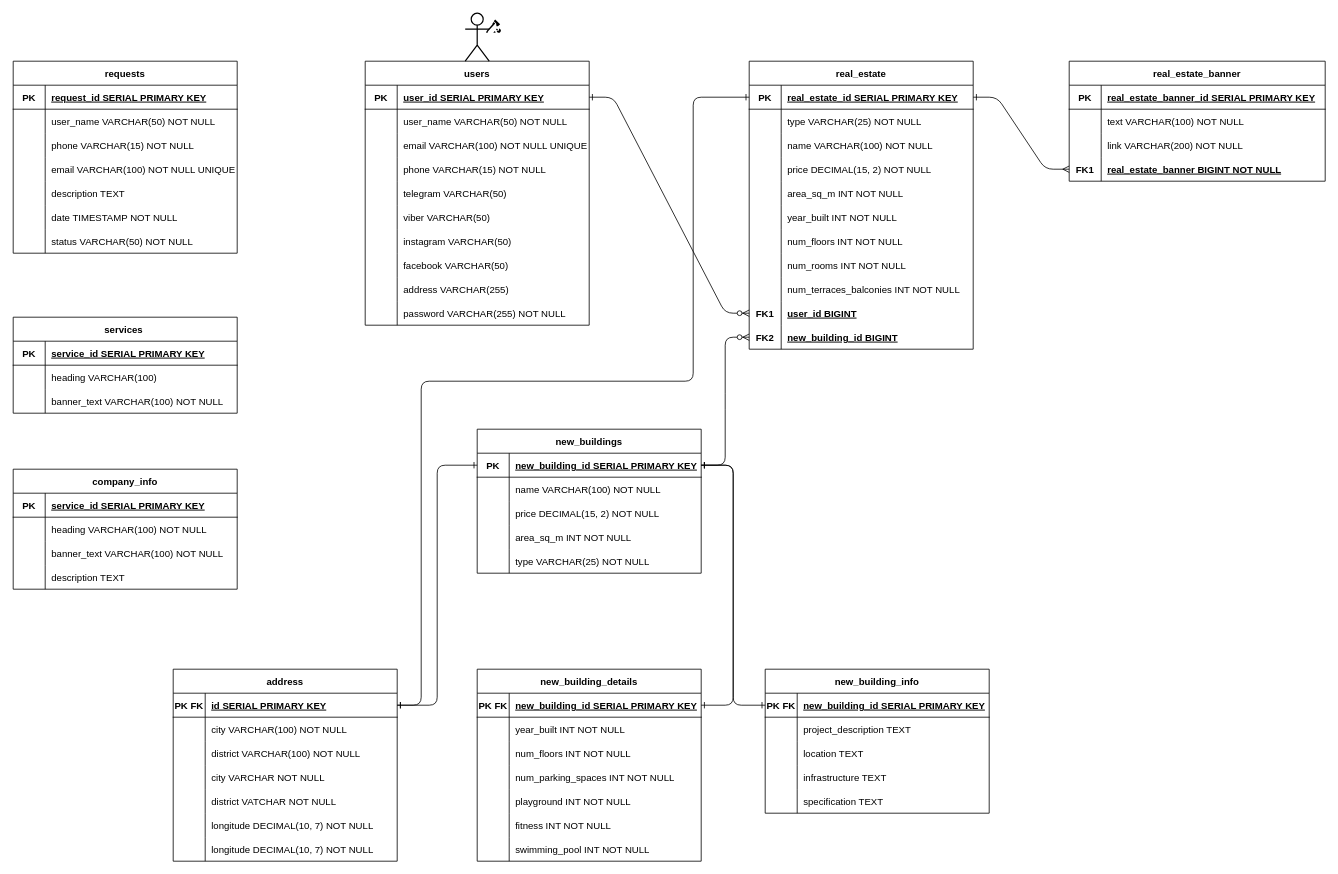
The draw.io diagram src/main/resources/diagrams/ERD.drawio in Latcarf/Second-project, before the edit. Source tidied: cells renumbered, new cells numbered last; positions are measured from the earlier drawing's top-left corner, leaving out a move shared by most shapes. Both pictures are drawn from the tidied source at 80%, with x=0, y=0 at pixel (13, 13).
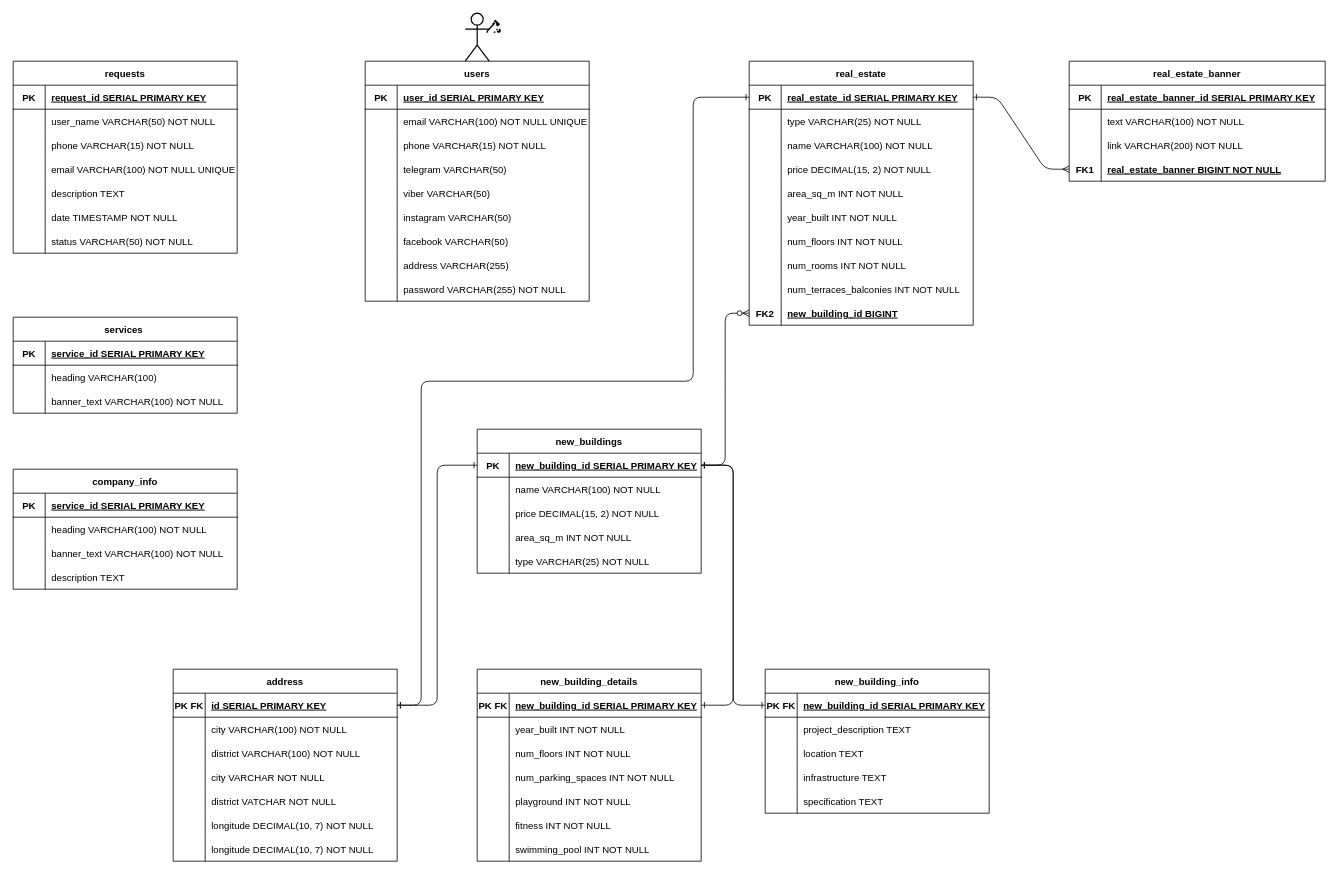
After the change.

Unchanged cells that the change refers to:
```xml
<mxCell id="3" style="shape=partialRectangle;fillColor=none;points=[[0,0.5],[1,0.5]];portConstraint=eastwest;top=0;left=0;right=0;bottom=1;labelBackgroundColor=none;" parent="2" vertex="1">
  <mxGeometry y="30" width="280" height="30" as="geometry" />
</mxCell>
```

Change to the diagram source:
```diff
@@
     <mxCell id="2" value="users" style="shape=table;startSize=30;childLayout=tableLayout;rowLines=0;fontStyle=1;align=center;labelBackgroundColor=none;" parent="1" vertex="1">
-      <mxGeometry x="440" y="60" width="280" height="330" as="geometry" />
+      <mxGeometry x="440" y="60" width="280" height="300" as="geometry" />
     </mxCell>
@@
-    <mxCell id="6" style="shape=partialRectangle;fillColor=none;top=0;left=0;right=0;bottom=0;labelBackgroundColor=none;" parent="2" vertex="1">
-      <mxGeometry y="60" width="280" height="30" as="geometry" />
-    </mxCell>
-    <mxCell id="7" style="shape=partialRectangle;overflow=hidden;fillColor=none;top=0;left=0;bottom=0;right=0;labelBackgroundColor=none;" parent="6" vertex="1">
-      <mxGeometry width="40" height="30" as="geometry" />
-    </mxCell>
-    <mxCell id="8" value="user_name VARCHAR(50) NOT NULL" style="shape=partialRectangle;overflow=hidden;fillColor=none;top=0;left=0;bottom=0;right=0;align=left;spacingLeft=6;labelBackgroundColor=none;" parent="6" vertex="1">
-      <mxGeometry x="40" width="240" height="30" as="geometry" />
-    </mxCell>
     <mxCell id="9" style="shape=partialRectangle;fillColor=none;top=0;left=0;right=0;bottom=0;labelBackgroundColor=none;" parent="2" vertex="1">
-      <mxGeometry y="90" width="280" height="30" as="geometry" />
+      <mxGeometry y="60" width="280" height="30" as="geometry" />
     </mxCell>
@@
     <mxCell id="12" style="shape=partialRectangle;fillColor=none;top=0;left=0;right=0;bottom=0;labelBackgroundColor=none;" parent="2" vertex="1">
-      <mxGeometry y="120" width="280" height="30" as="geometry" />
+      <mxGeometry y="90" width="280" height="30" as="geometry" />
     </mxCell>
@@
     <mxCell id="15" style="shape=partialRectangle;fillColor=none;top=0;left=0;right=0;bottom=0;labelBackgroundColor=none;" parent="2" vertex="1">
-      <mxGeometry y="150" width="280" height="30" as="geometry" />
+      <mxGeometry y="120" width="280" height="30" as="geometry" />
     </mxCell>
@@
     <mxCell id="18" style="shape=partialRectangle;fillColor=none;top=0;left=0;right=0;bottom=0;labelBackgroundColor=none;" parent="2" vertex="1">
-      <mxGeometry y="180" width="280" height="30" as="geometry" />
+      <mxGeometry y="150" width="280" height="30" as="geometry" />
     </mxCell>
@@
     <mxCell id="21" style="shape=partialRectangle;fillColor=none;top=0;left=0;right=0;bottom=0;labelBackgroundColor=none;" parent="2" vertex="1">
-      <mxGeometry y="210" width="280" height="30" as="geometry" />
+      <mxGeometry y="180" width="280" height="30" as="geometry" />
     </mxCell>
@@
     <mxCell id="24" style="shape=partialRectangle;fillColor=none;top=0;left=0;right=0;bottom=0;labelBackgroundColor=none;" parent="2" vertex="1">
-      <mxGeometry y="240" width="280" height="30" as="geometry" />
+      <mxGeometry y="210" width="280" height="30" as="geometry" />
     </mxCell>
@@
     <mxCell id="27" style="shape=partialRectangle;fillColor=none;top=0;left=0;right=0;bottom=0;labelBackgroundColor=none;" parent="2" vertex="1">
-      <mxGeometry y="270" width="280" height="30" as="geometry" />
+      <mxGeometry y="240" width="280" height="30" as="geometry" />
     </mxCell>
@@
     <mxCell id="30" style="shape=partialRectangle;fillColor=none;top=0;left=0;right=0;bottom=0;labelBackgroundColor=none;" parent="2" vertex="1">
-      <mxGeometry y="300" width="280" height="30" as="geometry" />
+      <mxGeometry y="270" width="280" height="30" as="geometry" />
     </mxCell>
@@
     <mxCell id="33" value="real_estate" style="shape=table;startSize=30;childLayout=tableLayout;rowLines=0;fontStyle=1;align=center;labelBackgroundColor=none;" parent="1" vertex="1">
-      <mxGeometry x="920" y="60" width="280" height="360" as="geometry" />
+      <mxGeometry x="920" y="60" width="280" height="330" as="geometry" />
     </mxCell>
@@
-    <mxCell id="61" style="shape=partialRectangle;fillColor=none;points=[[0,0.5],[1,0.5]];portConstraint=eastwest;top=0;left=0;right=0;bottom=0;labelBackgroundColor=none;" parent="33" vertex="1">
-      <mxGeometry y="300" width="280" height="30" as="geometry" />
-    </mxCell>
-    <mxCell id="62" value="FK1" style="shape=partialRectangle;overflow=hidden;fillColor=none;top=0;left=0;bottom=0;right=0;labelBackgroundColor=none;fontStyle=1;" parent="61" vertex="1">
-      <mxGeometry width="40" height="30" as="geometry" />
-    </mxCell>
-    <mxCell id="63" value="user_id BIGINT" style="shape=partialRectangle;overflow=hidden;fillColor=none;top=0;left=0;bottom=0;right=0;align=left;spacingLeft=6;labelBackgroundColor=none;fontStyle=5;" parent="61" vertex="1">
-      <mxGeometry x="40" width="240" height="30" as="geometry" />
-    </mxCell>
     <mxCell id="64" style="shape=partialRectangle;fillColor=none;points=[[0,0.5],[1,0.5]];portConstraint=eastwest;top=0;left=0;right=0;bottom=0;labelBackgroundColor=none;" parent="33" vertex="1">
-      <mxGeometry y="330" width="280" height="30" as="geometry" />
+      <mxGeometry y="300" width="280" height="30" as="geometry" />
     </mxCell>
@@
-    <mxCell id="67" style="edgeStyle=entityRelationEdgeStyle;endArrow=ERzeroToMany;startArrow=ERone;endFill=1;startFill=0;labelBackgroundColor=none;fontColor=default;exitX=1;exitY=0.5;exitDx=0;exitDy=0;entryX=0;entryY=0.5;entryDx=0;entryDy=0;" parent="1" edge="1" source="3" target="61">
-      <mxGeometry relative="1" as="geometry">
-        <Array as="points">
-          <mxPoint x="790" y="180" />
-          <mxPoint x="830" y="290" />
-          <mxPoint x="800" y="300" />
-        </Array>
-      </mxGeometry>
-    </mxCell>
```
